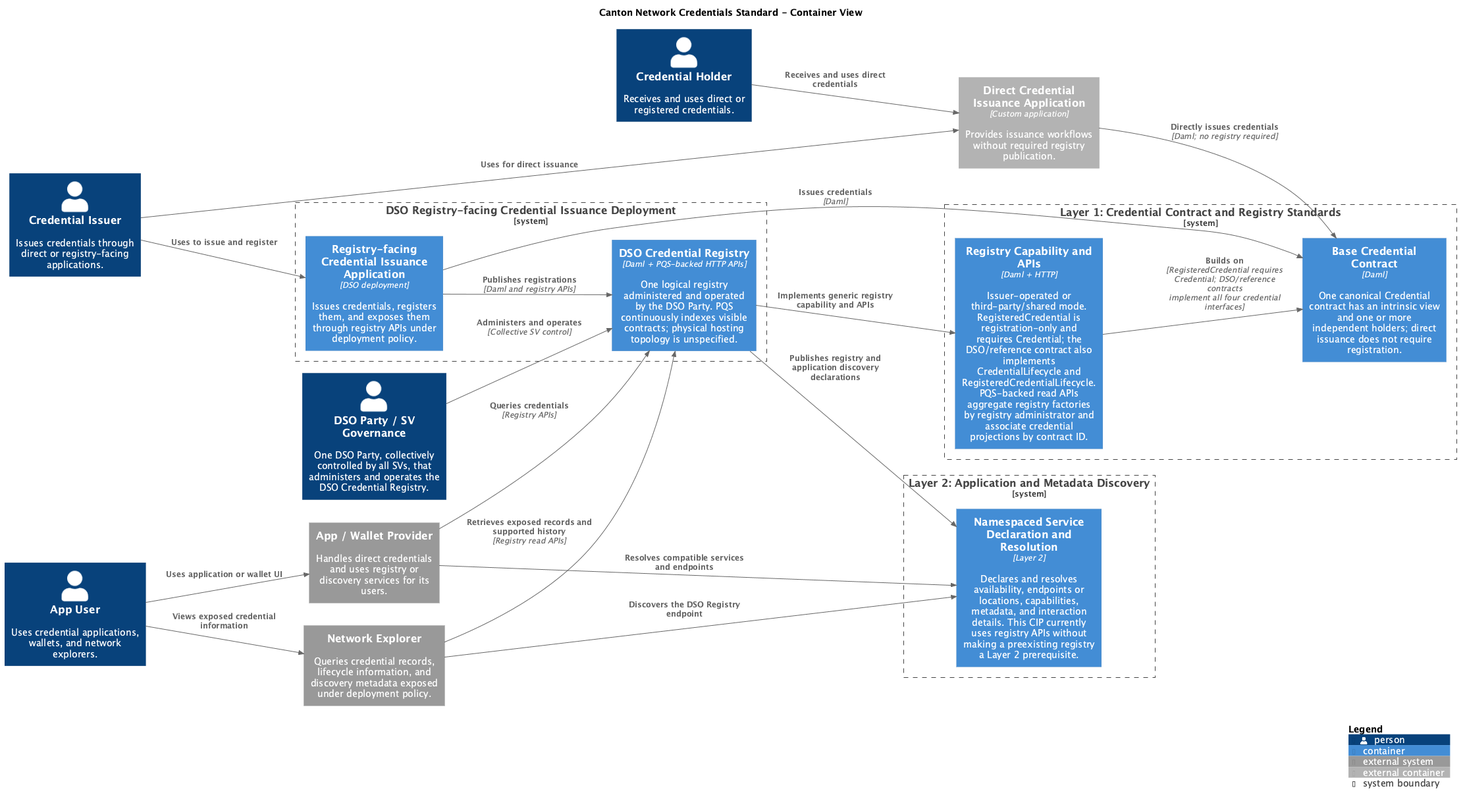
The PlantUML diagram cn-credentials-standard/images/credentials-containers.png in unlockitio/cips, before a commit.
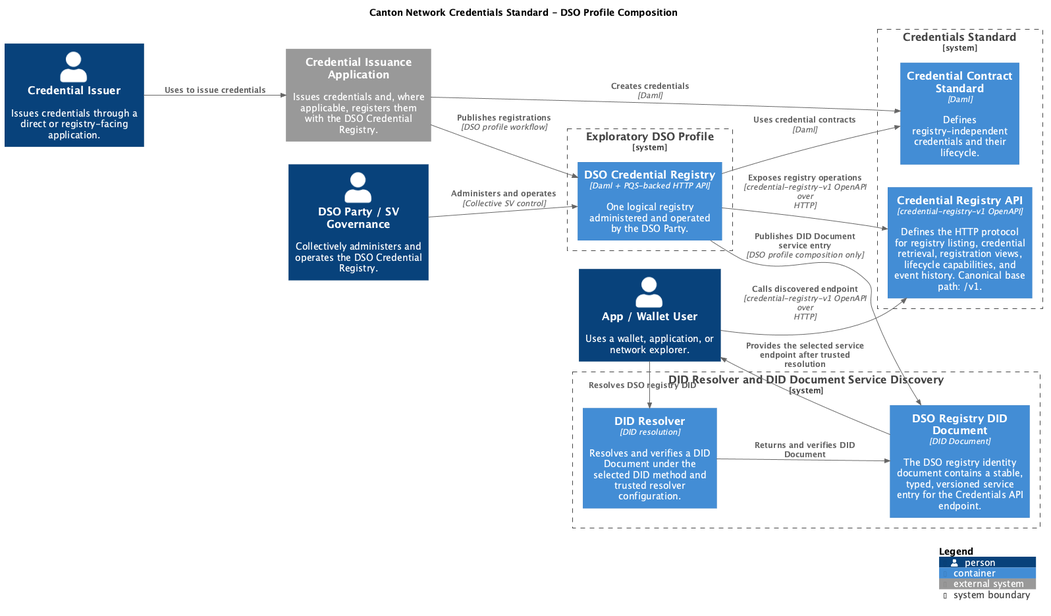
After the commit.

Commit message:
Replace generic discovery with DSO DID profile

Change to the diagram source:
```diff
@@ -2,46 +2,39 @@
 !include <C4/C4_Container>
 
 LAYOUT_LEFT_RIGHT()
-title Canton Network Credentials Standard - Container View
+title Canton Network Credentials Standard - DSO Profile Composition
 
-Person(issuer, "Credential Issuer", "Issues credentials through direct or registry-facing applications.")
-Person(holder, "Credential Holder", "Receives and uses direct or registered credentials.")
-Person(appUser, "App User", "Uses credential applications, wallets, and network explorers.")
-Person(dsoParty, "DSO Party / SV Governance", "One DSO Party, collectively controlled by all SVs, that administers and operates the DSO Credential Registry.")
-System_Ext(client, "App / Wallet Provider", "Handles direct credentials and uses registry or discovery services for its users.")
-System_Ext(explorer, "Network Explorer", "Queries credential records, lifecycle information, and discovery metadata exposed under deployment policy.")
-Container_Ext(privateIssuance, "Direct Credential Issuance Application", "Custom application", "Provides issuance workflows without required registry publication.")
+Person(issuer, "Credential Issuer", "Issues credentials through a direct or registry-facing application.")
+Person(clientUser, "App / Wallet User", "Uses a wallet, application, or network explorer.")
+Person(dsoParty, "DSO Party / SV Governance", "Collectively administers and operates the DSO Credential Registry.")
 
-System_Boundary(generic, "Layer 1: Credential Contract and Registry Standards") {
-  Container(base, "Base Credential Contract", "Daml", "One canonical Credential contract has an intrinsic view and one or more independent holders; direct issuance does not require registration.")
-  Container(registry, "Registry Capability and APIs", "Daml + HTTP", "Issuer-operated or third-party/shared mode. RegisteredCredential is registration-only and requires Credential; the DSO/reference contract also implements CredentialLifecycle and RegisteredCredentialLifecycle. PQS-backed read APIs aggregate registry factories by registry administrator and associate credential projections by contract ID.")
+System_Boundary(credentials, "Credentials Standard") {
+  Container(credentialContract, "Credential Contract Standard", "Daml", "Defines registry-independent credentials and their lifecycle.")
+  Container(credentialRegistryApi, "Credential Registry API", "credential-registry-v1 OpenAPI", "Defines the HTTP protocol for registry listing, credential retrieval, registration views, lifecycle capabilities, and event history. Canonical base path: /v1.")
 }
 
-System_Boundary(discoveryLayer, "Layer 2: Application and Metadata Discovery") {
-  Container(discovery, "Namespaced Service Declaration and Resolution", "Layer 2", "Declares and resolves availability, endpoints or locations, capabilities, metadata, and interaction details. This CIP currently uses registry APIs without making a preexisting registry a Layer 2 prerequisite.")
+System_Boundary(didDiscovery, "DID Resolver and DID Document Service Discovery") {
+  Container(didResolver, "DID Resolver", "DID resolution", "Resolves and verifies a DID Document under the selected DID method and trusted resolver configuration.")
+  Container(didDocument, "DSO Registry DID Document", "DID Document", "The DSO registry identity document contains a stable, typed, versioned service entry for the Credentials API endpoint.")
 }
 
-System_Boundary(profile, "DSO Registry-facing Credential Issuance Deployment") {
-  Container(publicIssuance, "Registry-facing Credential Issuance Application", "DSO deployment", "Issues credentials, registers them, and exposes them through registry APIs under deployment policy.")
-  Container(dsoRegistry, "DSO Credential Registry", "Daml + PQS-backed HTTP APIs", "One logical registry administered and operated by the DSO Party. PQS continuously indexes visible contracts; physical hosting topology is unspecified.")
+System_Boundary(dsoProfile, "Exploratory DSO Profile") {
+  Container(dsoRegistry, "DSO Credential Registry", "Daml + PQS-backed HTTP API", "One logical registry administered and operated by the DSO Party.")
 }
 
-Rel(issuer, privateIssuance, "Uses for direct issuance")
-Rel(issuer, publicIssuance, "Uses to issue and register")
-Rel(holder, privateIssuance, "Receives and uses direct credentials")
-Rel(appUser, client, "Uses application or wallet UI")
-Rel(appUser, explorer, "Views exposed credential information")
-Rel(privateIssuance, base, "Directly issues credentials", "Daml; no registry required")
-Rel(publicIssuance, base, "Issues credentials", "Daml")
-Rel(registry, base, "Builds on", "RegisteredCredential requires Credential; DSO/reference contracts implement all four credential interfaces")
-Rel(publicIssuance, dsoRegistry, "Publishes registrations", "Daml and registry APIs")
-Rel(dsoRegistry, registry, "Implements generic registry capability and APIs")
-Rel(dsoRegistry, discovery, "Publishes registry and application discovery declarations")
+System_Ext(issuance, "Credential Issuance Application", "Issues credentials and, where applicable, registers them with the DSO Credential Registry.")
+
+Rel(issuer, issuance, "Uses to issue credentials")
+Rel(clientUser, didResolver, "Resolves DSO registry DID")
+Rel(didResolver, didDocument, "Returns and verifies DID Document")
+Rel(didDocument, clientUser, "Provides the selected service endpoint after trusted resolution")
+Rel(clientUser, credentialRegistryApi, "Calls discovered endpoint", "credential-registry-v1 OpenAPI over HTTP")
+Rel(issuance, credentialContract, "Creates credentials", "Daml")
+Rel(issuance, dsoRegistry, "Publishes registrations", "DSO profile workflow")
+Rel(dsoRegistry, credentialRegistryApi, "Exposes registry operations", "credential-registry-v1 OpenAPI over HTTP")
+Rel(dsoRegistry, credentialContract, "Uses credential contracts", "Daml")
 Rel(dsoParty, dsoRegistry, "Administers and operates", "Collective SV control")
-Rel(client, discovery, "Resolves compatible services and endpoints")
-Rel(explorer, discovery, "Discovers the DSO Registry endpoint")
-Rel(client, dsoRegistry, "Queries credentials", "Registry APIs")
-Rel(explorer, dsoRegistry, "Retrieves exposed records and supported history", "Registry read APIs")
+Rel(dsoRegistry, didDocument, "Publishes DID Document service entry", "DSO profile composition only")
 
 SHOW_LEGEND()
 @enduml
```
